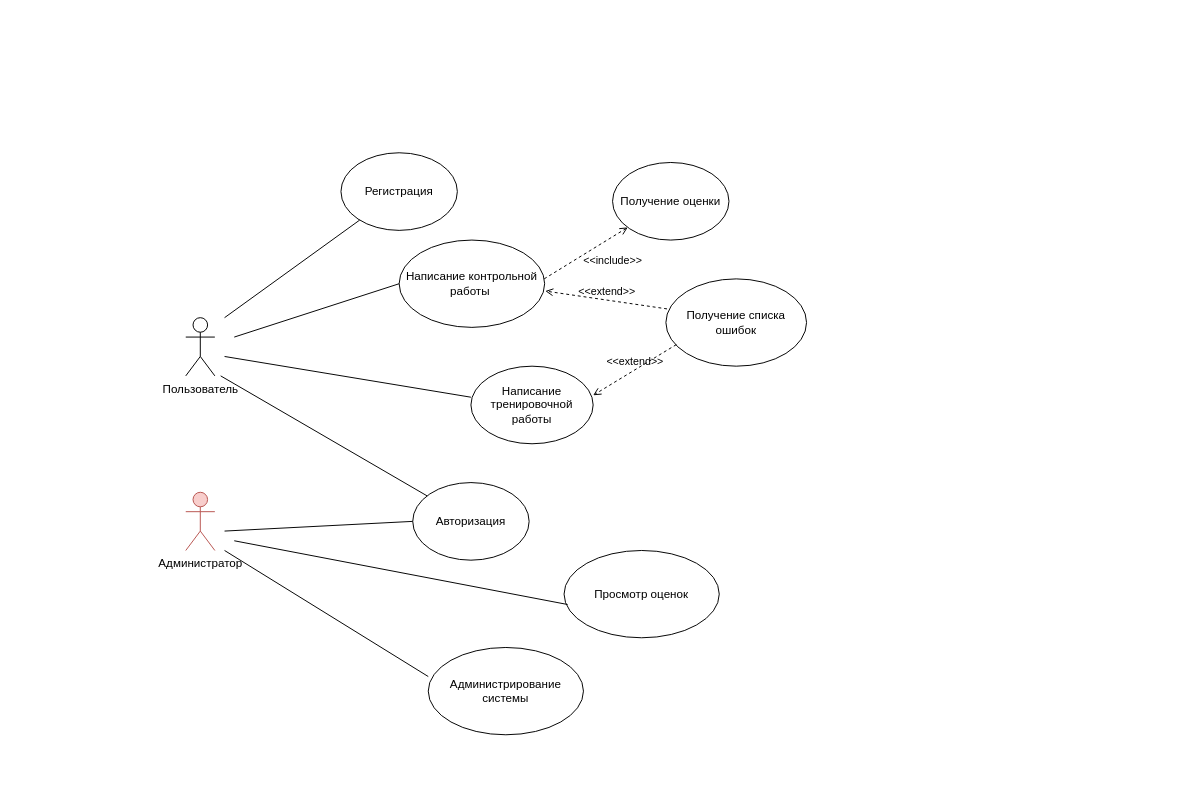
Above: Диаграмма прецедентов.drawio in KUZIY/diplom (draw.io), before the change. Source tidied: cells renumbered, new cells numbered last; positions are measured from the earlier drawing's top-left corner, leaving out a move shared by most shapes. Both pictures are drawn from the tidied source at 97%, with x=0, y=0 at pixel (185, 152).
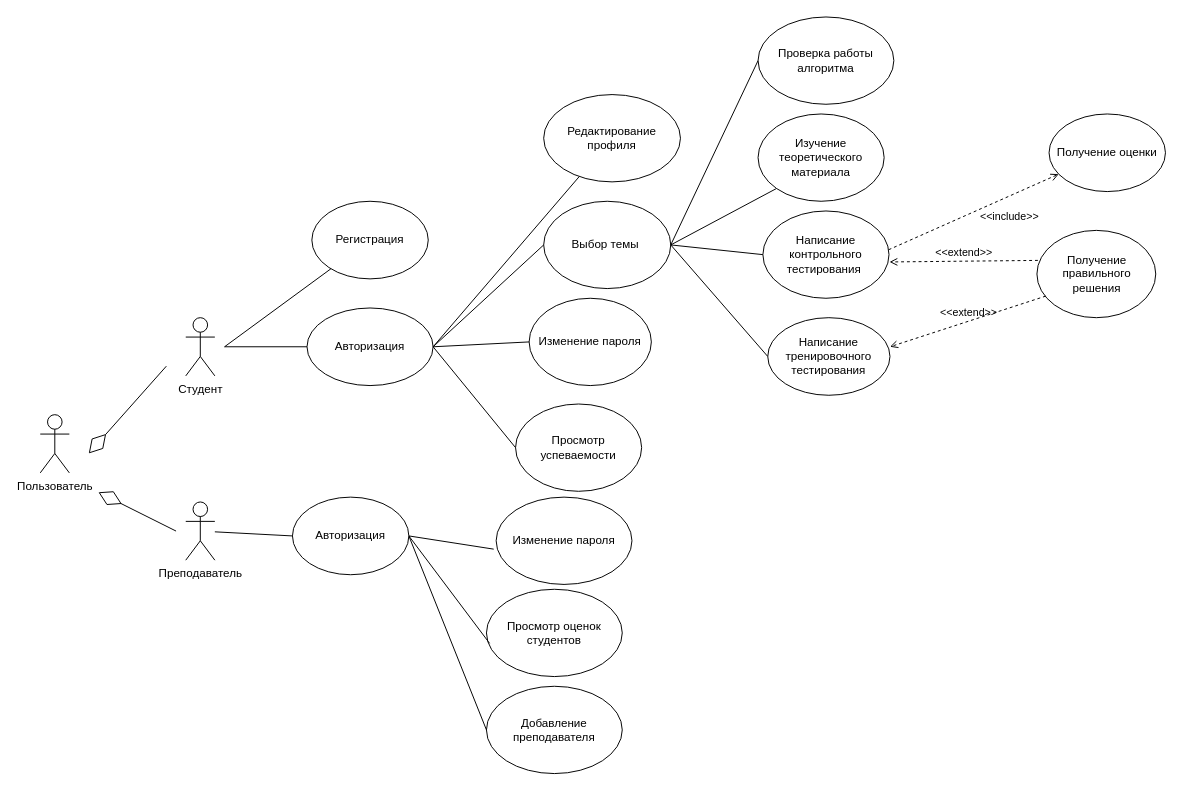
Above is the later version.

The edit, as a diff of the source:
```diff
@@
-    <mxCell id="2" value="Пользователь" style="shape=umlActor;verticalLabelPosition=bottom;verticalAlign=top;html=1;" parent="1" vertex="1">
+    <mxCell id="2" value="Студент" style="shape=umlActor;verticalLabelPosition=bottom;verticalAlign=top;html=1;" parent="1" vertex="1">
       <mxGeometry y="170" width="30" height="60" as="geometry" />
     </mxCell>
-    <mxCell id="3" value="Администратор" style="shape=umlActor;verticalLabelPosition=bottom;verticalAlign=top;html=1;fillColor=#f8cecc;strokeColor=#b85450;" parent="1" vertex="1">
-      <mxGeometry y="350" width="30" height="60" as="geometry" />
-    </mxCell>
-    <mxCell id="4" value="Получение списка ошибок" style="ellipse;whiteSpace=wrap;html=1;" parent="1" vertex="1">
-      <mxGeometry x="495" y="130" width="145" height="90" as="geometry" />
+    <mxCell id="4" value="Получение правильного решения" style="ellipse;whiteSpace=wrap;html=1;" parent="1" vertex="1">
+      <mxGeometry x="877.5" y="80" width="122.5" height="90" as="geometry" />
     </mxCell>
-    <mxCell id="5" value="Написание тренировочной работы" style="ellipse;whiteSpace=wrap;html=1;" parent="1" vertex="1">
-      <mxGeometry x="294" y="220" width="126" height="80" as="geometry" />
+    <mxCell id="5" value="Написание тренировочного тестирования" style="ellipse;whiteSpace=wrap;html=1;" parent="1" vertex="1">
+      <mxGeometry x="600" y="170" width="126" height="80" as="geometry" />
     </mxCell>
     <mxCell id="6" value="Получение оценки" style="ellipse;whiteSpace=wrap;html=1;" parent="1" vertex="1">
-      <mxGeometry x="440" y="10" width="120" height="80" as="geometry" />
+      <mxGeometry x="890" y="-40" width="120" height="80" as="geometry" />
     </mxCell>
-    <mxCell id="7" value="Написание контрольной работы&amp;nbsp;" style="ellipse;whiteSpace=wrap;html=1;" parent="1" vertex="1">
-      <mxGeometry x="220" y="90" width="150" height="90" as="geometry" />
+    <mxCell id="7" value="Написание контрольного тестирования&amp;nbsp;" style="ellipse;whiteSpace=wrap;html=1;" parent="1" vertex="1">
+      <mxGeometry x="595" y="60" width="130" height="90" as="geometry" />
     </mxCell>
     <mxCell id="8" value="Регистрация" style="ellipse;whiteSpace=wrap;html=1;" parent="1" vertex="1">
-      <mxGeometry x="160" width="120" height="80" as="geometry" />
+      <mxGeometry x="130" y="50" width="120" height="80" as="geometry" />
     </mxCell>
-    <mxCell id="9" value="Администрирование системы" style="ellipse;whiteSpace=wrap;html=1;" parent="1" vertex="1">
-      <mxGeometry x="250" y="510" width="160" height="90" as="geometry" />
-    </mxCell>
-    <mxCell id="10" value="Авторизация" style="ellipse;whiteSpace=wrap;html=1;" parent="1" vertex="1">
-      <mxGeometry x="234" y="340" width="120" height="80" as="geometry" />
-    </mxCell>
-    <mxCell id="11" style="endArrow=none;html=1;rounded=0;entryX=0;entryY=0.5;entryDx=0;entryDy=0;endFill=0;" parent="1" edge="1" target="10">
-      <mxGeometry relative="1" as="geometry">
-        <mxPoint x="40" y="390" as="sourcePoint" />
-      </mxGeometry>
-    </mxCell>
-    <mxCell id="12" style="endArrow=none;html=1;rounded=0;entryX=0;entryY=0.333;entryDx=0;entryDy=0;entryPerimeter=0;endFill=0;" parent="1" edge="1" target="9">
-      <mxGeometry relative="1" as="geometry">
-        <mxPoint x="40" y="410" as="sourcePoint" />
-      </mxGeometry>
+    <mxCell id="12" style="endArrow=none;html=1;rounded=0;entryX=0;entryY=0.5;entryDx=0;entryDy=0;endFill=0;" parent="1" edge="1" source="22" target="27">
+      <mxGeometry relative="1" as="geometry" />
     </mxCell>
-    <mxCell id="13" style="endArrow=none;html=1;rounded=0;endFill=0;" parent="1" edge="1" target="10">
-      <mxGeometry relative="1" as="geometry">
-        <mxPoint x="36" y="230" as="sourcePoint" />
-      </mxGeometry>
-    </mxCell>
     <mxCell id="14" style="endArrow=none;html=1;rounded=0;endFill=0;" parent="1" edge="1" target="8">
       <mxGeometry relative="1" as="geometry">
-        <mxPoint x="40" y="170" as="sourcePoint" />
+        <mxPoint x="40" y="200" as="sourcePoint" />
       </mxGeometry>
     </mxCell>
-    <mxCell id="15" style="endArrow=none;html=1;rounded=0;entryX=0;entryY=0.5;entryDx=0;entryDy=0;endFill=0;" parent="1" edge="1" target="7">
-      <mxGeometry relative="1" as="geometry">
-        <mxPoint x="50" y="190" as="sourcePoint" />
-      </mxGeometry>
-    </mxCell>
-    <mxCell id="16" style="endArrow=none;html=1;rounded=0;entryX=0;entryY=0.4;entryDx=0;entryDy=0;entryPerimeter=0;endFill=0;" parent="1" edge="1" target="5">
-      <mxGeometry relative="1" as="geometry">
-        <mxPoint x="40" y="210" as="sourcePoint" />
-      </mxGeometry>
-    </mxCell>
-    <mxCell id="17" value="Просмотр оценок" style="ellipse;whiteSpace=wrap;html=1;" parent="1" vertex="1">
-      <mxGeometry x="390" y="410" width="160" height="90" as="geometry" />
+    <mxCell id="17" value="Просмотр оценок студентов" style="ellipse;whiteSpace=wrap;html=1;" parent="1" vertex="1">
+      <mxGeometry x="310" y="450" width="140" height="90" as="geometry" />
     </mxCell>
-    <mxCell id="18" style="endArrow=none;html=1;rounded=0;entryX=0.023;entryY=0.619;entryDx=0;entryDy=0;endFill=0;entryPerimeter=0;" parent="1" edge="1" target="17">
-      <mxGeometry relative="1" as="geometry">
-        <mxPoint x="50" y="400" as="sourcePoint" />
-      </mxGeometry>
+    <mxCell id="18" style="endArrow=none;html=1;rounded=0;entryX=0.023;entryY=0.619;entryDx=0;entryDy=0;endFill=0;entryPerimeter=0;exitX=1;exitY=0.5;exitDx=0;exitDy=0;" parent="1" edge="1" source="27" target="17">
+      <mxGeometry relative="1" as="geometry" />
     </mxCell>
@@
+    <mxCell id="22" value="Преподаватель" style="shape=umlActor;verticalLabelPosition=bottom;verticalAlign=top;html=1;outlineConnect=0;" parent="1" vertex="1">
+      <mxGeometry y="360" width="30" height="60" as="geometry" />
+    </mxCell>
+    <mxCell id="23" value="Добавление преподавателя" style="ellipse;whiteSpace=wrap;html=1;" parent="1" vertex="1">
+      <mxGeometry x="310" y="550" width="140" height="90" as="geometry" />
+    </mxCell>
+    <mxCell id="24" value="Изменение пароля" style="ellipse;whiteSpace=wrap;html=1;" parent="1" vertex="1">
+      <mxGeometry x="320" y="355" width="140" height="90" as="geometry" />
+    </mxCell>
+    <mxCell id="25" style="endArrow=none;html=1;rounded=0;entryX=0;entryY=0.5;entryDx=0;entryDy=0;endFill=0;exitX=1;exitY=0.5;exitDx=0;exitDy=0;" parent="1" edge="1" source="27" target="23">
+      <mxGeometry relative="1" as="geometry" />
+    </mxCell>
+    <mxCell id="26" style="endArrow=none;html=1;rounded=0;entryX=-0.018;entryY=0.596;entryDx=0;entryDy=0;endFill=0;exitX=1;exitY=0.5;exitDx=0;exitDy=0;entryPerimeter=0;" parent="1" edge="1" source="27" target="24">
+      <mxGeometry relative="1" as="geometry" />
+    </mxCell>
+    <mxCell id="27" value="Авторизация" style="ellipse;whiteSpace=wrap;html=1;" parent="1" vertex="1">
+      <mxGeometry x="110" y="355" width="120" height="80" as="geometry" />
+    </mxCell>
+    <mxCell id="28" value="Авторизация" style="ellipse;whiteSpace=wrap;html=1;" parent="1" vertex="1">
+      <mxGeometry x="125" y="160" width="130" height="80" as="geometry" />
+    </mxCell>
+    <mxCell id="29" style="endArrow=none;html=1;rounded=0;endFill=0;entryX=0;entryY=0.5;entryDx=0;entryDy=0;" parent="1" edge="1" target="28">
+      <mxGeometry relative="1" as="geometry">
+        <mxPoint x="40" y="200" as="sourcePoint" />
+      </mxGeometry>
+    </mxCell>
+    <mxCell id="30" value="Изменение пароля" style="ellipse;whiteSpace=wrap;html=1;" parent="1" vertex="1">
+      <mxGeometry x="354" y="150" width="126" height="90" as="geometry" />
+    </mxCell>
+    <mxCell id="31" style="endArrow=none;html=1;rounded=0;endFill=0;entryX=0;entryY=0.5;entryDx=0;entryDy=0;exitX=1;exitY=0.5;exitDx=0;exitDy=0;" parent="1" edge="1" source="28" target="30">
+      <mxGeometry relative="1" as="geometry" />
+    </mxCell>
+    <mxCell id="32" value="Пользователь" style="shape=umlActor;verticalLabelPosition=bottom;verticalAlign=top;html=1;" parent="1" vertex="1">
+      <mxGeometry x="-150" y="270" width="30" height="60" as="geometry" />
+    </mxCell>
+    <mxCell id="33" style="endArrow=diamondThin;endFill=0;endSize=24;html=1;rounded=0;" parent="1" edge="1">
+      <mxGeometry relative="1" as="geometry">
+        <mxPoint x="-10" y="390" as="sourcePoint" />
+        <mxPoint x="-90" y="350" as="targetPoint" />
+      </mxGeometry>
+    </mxCell>
+    <mxCell id="34" style="endArrow=diamondThin;endFill=0;endSize=24;html=1;rounded=0;" parent="1" edge="1">
+      <mxGeometry relative="1" as="geometry">
+        <mxPoint x="-20" y="220" as="sourcePoint" />
+        <mxPoint x="-100" y="310" as="targetPoint" />
+      </mxGeometry>
+    </mxCell>
+    <mxCell id="35" value="Редактирование профиля" style="ellipse;whiteSpace=wrap;html=1;" parent="1" vertex="1">
+      <mxGeometry x="369" y="-60" width="141" height="90" as="geometry" />
+    </mxCell>
+    <mxCell id="36" style="endArrow=none;html=1;rounded=0;endFill=0;exitX=1;exitY=0.5;exitDx=0;exitDy=0;" parent="1" edge="1" source="28" target="35">
+      <mxGeometry relative="1" as="geometry" />
+    </mxCell>
+    <mxCell id="37" value="Выбор темы&amp;nbsp;" style="ellipse;whiteSpace=wrap;html=1;" parent="1" vertex="1">
+      <mxGeometry x="369" y="50" width="131" height="90" as="geometry" />
+    </mxCell>
+    <mxCell id="38" style="endArrow=none;html=1;rounded=0;endFill=0;entryX=0;entryY=0.5;entryDx=0;entryDy=0;exitX=1;exitY=0.5;exitDx=0;exitDy=0;" parent="1" edge="1" source="28" target="37">
+      <mxGeometry relative="1" as="geometry" />
+    </mxCell>
+    <mxCell id="39" value="Просмотр успеваемости" style="ellipse;whiteSpace=wrap;html=1;" parent="1" vertex="1">
+      <mxGeometry x="340" y="259" width="130" height="90" as="geometry" />
+    </mxCell>
+    <mxCell id="40" style="endArrow=none;html=1;rounded=0;endFill=0;entryX=0;entryY=0.5;entryDx=0;entryDy=0;exitX=1;exitY=0.5;exitDx=0;exitDy=0;" parent="1" edge="1" source="28" target="39">
+      <mxGeometry relative="1" as="geometry" />
+    </mxCell>
+    <mxCell id="41" value="Изучение теоретического материала" style="ellipse;whiteSpace=wrap;html=1;" parent="1" vertex="1">
+      <mxGeometry x="590" y="-40" width="130" height="90" as="geometry" />
+    </mxCell>
+    <mxCell id="42" style="endArrow=none;html=1;rounded=0;endFill=0;entryX=0;entryY=1;entryDx=0;entryDy=0;exitX=1;exitY=0.5;exitDx=0;exitDy=0;" parent="1" edge="1" source="37" target="41">
+      <mxGeometry relative="1" as="geometry" />
+    </mxCell>
+    <mxCell id="43" style="endArrow=none;html=1;rounded=0;endFill=0;entryX=0;entryY=0.5;entryDx=0;entryDy=0;exitX=1;exitY=0.5;exitDx=0;exitDy=0;" parent="1" edge="1" source="37" target="7">
+      <mxGeometry relative="1" as="geometry" />
+    </mxCell>
+    <mxCell id="44" style="endArrow=none;html=1;rounded=0;endFill=0;entryX=0;entryY=0.5;entryDx=0;entryDy=0;exitX=1;exitY=0.5;exitDx=0;exitDy=0;" parent="1" edge="1" source="37" target="5">
+      <mxGeometry relative="1" as="geometry" />
+    </mxCell>
+    <mxCell id="45" value="&lt;font style=&quot;vertical-align: inherit; font-weight: normal;&quot;&gt;Проверка работы алгоритма&lt;/font&gt;" style="ellipse;whiteSpace=wrap;html=1;fontStyle=1;" parent="1" vertex="1">
+      <mxGeometry x="590" y="-140" width="140" height="90" as="geometry" />
+    </mxCell>
+    <mxCell id="46" style="endArrow=none;html=1;rounded=0;endFill=0;entryX=0;entryY=0.5;entryDx=0;entryDy=0;exitX=1;exitY=0.5;exitDx=0;exitDy=0;" parent="1" edge="1" source="37" target="45">
+      <mxGeometry relative="1" as="geometry" />
+    </mxCell>
```
